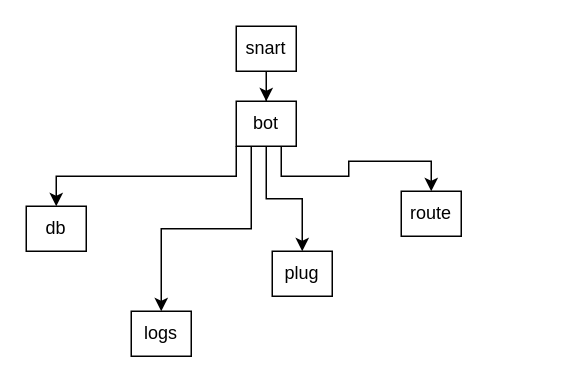
This is dependencies.drawio from go-snart/snart, a draw.io file, before an edit. Source tidied: cells renumbered, new cells numbered last; positions are measured from the earlier drawing's top-left corner, leaving out a move shared by most shapes. Both pictures are drawn from the tidied source at 150%, with x=0, y=0 at pixel (26, 26).
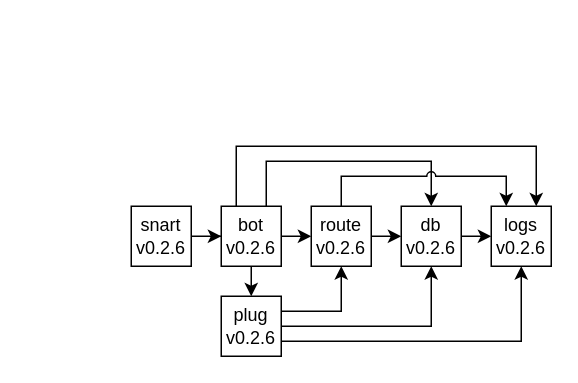
The same diagram, later.

The edit, as a diff of the source:
```diff
@@
-    <mxCell id="2" style="edgeStyle=orthogonalEdgeStyle;rounded=0;jettySize=auto;html=1;" parent="1" edge="1" source="3" target="8">
+    <mxCell id="2" style="rounded=0;jettySize=auto;html=1;edgeStyle=orthogonalEdgeStyle;elbow=vertical;jumpStyle=arc;" parent="1" edge="1" source="3" target="8">
       <mxGeometry relative="1" as="geometry" />
     </mxCell>
-    <mxCell id="3" value="&lt;div&gt;snart&lt;/div&gt;" style="rounded=0;whiteSpace=wrap;html=1;glass=0;" parent="1" vertex="1">
-      <mxGeometry x="140" width="40" height="30" as="geometry" />
+    <mxCell id="3" value="&lt;div&gt;snart&lt;/div&gt;&lt;div&gt;v0.2.6&lt;br&gt;&lt;/div&gt;" style="rounded=0;whiteSpace=wrap;html=1;glass=0;" parent="1" vertex="1">
+      <mxGeometry x="70" y="120" width="40" height="40" as="geometry" />
     </mxCell>
-    <mxCell id="4" style="edgeStyle=orthogonalEdgeStyle;rounded=0;jettySize=auto;html=1;exitX=0;exitY=1;exitDx=0;exitDy=0;entryX=0.5;entryY=0;entryDx=0;entryDy=0;" parent="1" edge="1" source="8" target="9">
-      <mxGeometry relative="1" as="geometry" />
-    </mxCell>
-    <mxCell id="5" style="edgeStyle=orthogonalEdgeStyle;rounded=0;jettySize=auto;html=1;exitX=0.25;exitY=1;exitDx=0;exitDy=0;entryX=0.5;entryY=0;entryDx=0;entryDy=0;" parent="1" edge="1" source="8" target="10">
-      <mxGeometry relative="1" as="geometry" />
+    <mxCell id="5" style="rounded=0;jettySize=auto;html=1;entryX=0.75;entryY=0;entryDx=0;entryDy=0;jumpStyle=arc;edgeStyle=orthogonalEdgeStyle;elbow=vertical;exitX=0.25;exitY=0;exitDx=0;exitDy=0;" parent="1" edge="1" source="8" target="10">
+      <mxGeometry relative="1" as="geometry">
+        <Array as="points">
+          <mxPoint x="140" y="80" />
+          <mxPoint x="340" y="80" />
+        </Array>
+      </mxGeometry>
     </mxCell>
-    <mxCell id="6" style="edgeStyle=orthogonalEdgeStyle;rounded=0;jettySize=auto;html=1;exitX=0.5;exitY=1;exitDx=0;exitDy=0;entryX=0.5;entryY=0;entryDx=0;entryDy=0;" parent="1" edge="1" source="8" target="11">
+    <mxCell id="6" style="rounded=0;jettySize=auto;html=1;exitX=0.5;exitY=1;exitDx=0;exitDy=0;entryX=0.5;entryY=0;entryDx=0;entryDy=0;edgeStyle=orthogonalEdgeStyle;elbow=vertical;jumpStyle=arc;" parent="1" edge="1" source="8" target="11">
       <mxGeometry relative="1" as="geometry" />
     </mxCell>
-    <mxCell id="7" style="edgeStyle=orthogonalEdgeStyle;rounded=0;jettySize=auto;html=1;exitX=0.75;exitY=1;exitDx=0;exitDy=0;entryX=0.5;entryY=0;entryDx=0;entryDy=0;" parent="1" edge="1" source="8" target="12">
+    <mxCell id="7" style="rounded=0;jettySize=auto;html=1;exitX=1;exitY=0.5;exitDx=0;exitDy=0;entryX=0;entryY=0.5;entryDx=0;entryDy=0;edgeStyle=orthogonalEdgeStyle;elbow=vertical;jumpStyle=arc;" parent="1" edge="1" source="8" target="12">
       <mxGeometry relative="1" as="geometry" />
     </mxCell>
+    <mxCell id="4" style="rounded=0;jettySize=auto;html=1;exitX=0.75;exitY=0;exitDx=0;exitDy=0;entryX=0.5;entryY=0;entryDx=0;entryDy=0;edgeStyle=orthogonalEdgeStyle;elbow=vertical;jumpStyle=arc;" parent="1" edge="1" source="8" target="9">
+      <mxGeometry relative="1" as="geometry">
+        <Array as="points">
+          <mxPoint x="160" y="90" />
+          <mxPoint x="270" y="90" />
+        </Array>
+      </mxGeometry>
+    </mxCell>
-    <mxCell id="8" value="bot" style="rounded=0;whiteSpace=wrap;html=1;" parent="1" vertex="1">
-      <mxGeometry x="140" y="50" width="40" height="30" as="geometry" />
+    <mxCell id="8" value="&lt;div&gt;bot&lt;/div&gt;v0.2.6" style="rounded=0;whiteSpace=wrap;html=1;" parent="1" vertex="1">
+      <mxGeometry x="130" y="120" width="40" height="40" as="geometry" />
     </mxCell>
+    <mxCell id="13" style="rounded=0;jettySize=auto;html=1;exitX=1;exitY=0.5;exitDx=0;exitDy=0;entryX=0;entryY=0.5;entryDx=0;entryDy=0;edgeStyle=orthogonalEdgeStyle;elbow=vertical;jumpStyle=arc;" parent="1" edge="1" source="9" target="10">
+      <mxGeometry relative="1" as="geometry" />
+    </mxCell>
-    <mxCell id="9" value="&lt;div&gt;db&lt;/div&gt;" style="rounded=0;whiteSpace=wrap;html=1;" parent="1" vertex="1">
-      <mxGeometry y="120" width="40" height="30" as="geometry" />
+    <mxCell id="9" value="&lt;div&gt;db&lt;/div&gt;&lt;div&gt;v0.2.6&lt;br&gt;&lt;/div&gt;" style="rounded=0;whiteSpace=wrap;html=1;" parent="1" vertex="1">
+      <mxGeometry x="250" y="120" width="40" height="40" as="geometry" />
     </mxCell>
-    <mxCell id="10" value="&lt;div&gt;logs&lt;/div&gt;" style="whiteSpace=wrap;html=1;" parent="1" vertex="1">
-      <mxGeometry x="70" y="190" width="40" height="30" as="geometry" />
+    <mxCell id="10" value="&lt;div&gt;logs&lt;/div&gt;&lt;div&gt;v0.2.6&lt;br&gt;&lt;/div&gt;" style="whiteSpace=wrap;html=1;" parent="1" vertex="1">
+      <mxGeometry x="310" y="120" width="40" height="40" as="geometry" />
     </mxCell>
+    <mxCell id="14" style="edgeStyle=orthogonalEdgeStyle;rounded=0;jettySize=auto;html=1;exitX=1;exitY=0.5;exitDx=0;exitDy=0;" parent="1" edge="1" source="12">
+      <mxGeometry relative="1" as="geometry">
+        <mxPoint x="250" y="140" as="targetPoint" />
+      </mxGeometry>
+    </mxCell>
+    <mxCell id="15" style="rounded=0;jettySize=auto;html=1;exitX=0.5;exitY=0;exitDx=0;exitDy=0;entryX=0.25;entryY=0;entryDx=0;entryDy=0;edgeStyle=orthogonalEdgeStyle;elbow=vertical;jumpStyle=arc;" parent="1" edge="1" source="12" target="10">
+      <mxGeometry relative="1" as="geometry">
+        <Array as="points">
+          <mxPoint x="210" y="100" />
+          <mxPoint x="320" y="100" />
+        </Array>
+      </mxGeometry>
+    </mxCell>
+    <mxCell id="12" value="&lt;div&gt;route&lt;/div&gt;&lt;div&gt;v0.2.6&lt;br&gt;&lt;/div&gt;" style="whiteSpace=wrap;html=1;rounded=0;glass=0;" parent="1" vertex="1">
+      <mxGeometry x="190" y="120" width="40" height="40" as="geometry" />
+    </mxCell>
+    <mxCell id="16" style="rounded=0;jettySize=auto;html=1;exitX=1;exitY=0.75;exitDx=0;exitDy=0;entryX=0.5;entryY=1;entryDx=0;entryDy=0;edgeStyle=orthogonalEdgeStyle;elbow=vertical;jumpStyle=arc;" parent="1" edge="1" source="11" target="10">
+      <mxGeometry relative="1" as="geometry" />
+    </mxCell>
+    <mxCell id="17" style="rounded=0;jettySize=auto;html=1;exitX=1;exitY=0.5;exitDx=0;exitDy=0;entryX=0.5;entryY=1;entryDx=0;entryDy=0;edgeStyle=orthogonalEdgeStyle;elbow=vertical;jumpStyle=arc;" parent="1" edge="1" source="11" target="9">
+      <mxGeometry relative="1" as="geometry" />
+    </mxCell>
+    <mxCell id="18" style="rounded=0;jettySize=auto;html=1;exitX=1;exitY=0.25;exitDx=0;exitDy=0;entryX=0.5;entryY=1;entryDx=0;entryDy=0;edgeStyle=orthogonalEdgeStyle;elbow=vertical;jumpStyle=arc;" parent="1" edge="1" source="11" target="12">
+      <mxGeometry relative="1" as="geometry" />
+    </mxCell>
-    <mxCell id="11" value="plug" style="whiteSpace=wrap;html=1;rounded=0;glass=0;" parent="1" vertex="1">
-      <mxGeometry x="164" y="150" width="40" height="30" as="geometry" />
+    <mxCell id="11" value="&lt;div&gt;plug&lt;/div&gt;v0.2.6" style="whiteSpace=wrap;html=1;rounded=0;glass=0;" parent="1" vertex="1">
+      <mxGeometry x="130" y="180" width="40" height="40" as="geometry" />
     </mxCell>
-    <mxCell id="12" value="route" style="whiteSpace=wrap;html=1;rounded=0;glass=0;" parent="1" vertex="1">
-      <mxGeometry x="250" y="110" width="40" height="30" as="geometry" />
-    </mxCell>
```
